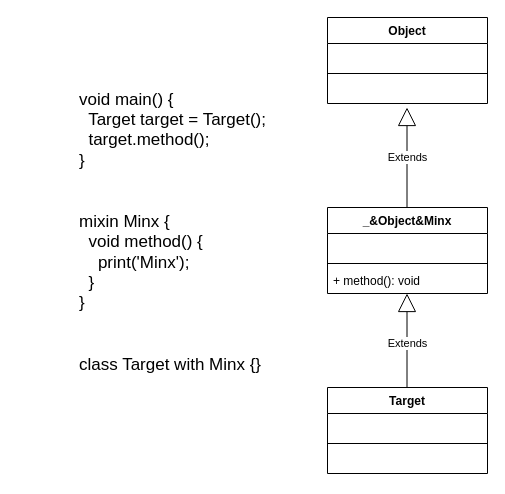
Before: Mix.drawio in ShzMinato/Flutter, a draw.io diagram. Source tidied: cells renumbered, new cells numbered last; positions are measured from the earlier drawing's top-left corner, leaving out a move shared by most shapes. Both pictures are drawn from the tidied source at 100%, with x=0, y=0 at pixel (77, 17).
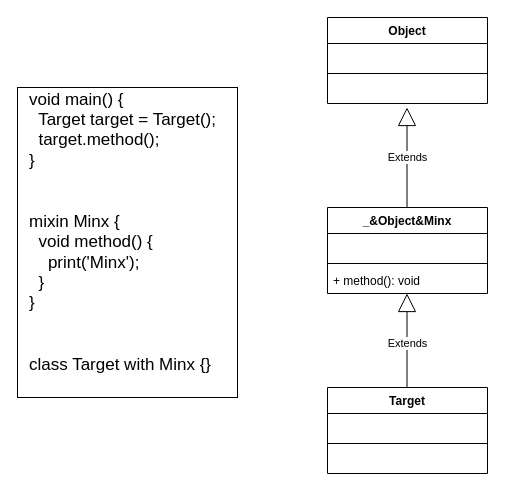
The same diagram, later.

The edit, as a diff of the source:
```diff
@@
 <mxGraphModel>
   <root>
     <mxCell id="0" />
     <mxCell id="1" parent="0" />
     <mxCell id="2" value="Extends" style="endArrow=block;endSize=16;endFill=0;html=1;" parent="1" edge="1">
       <mxGeometry relative="1" as="geometry">
         <mxPoint x="329.5" y="376" as="sourcePoint" />
         <mxPoint x="329.5" y="276" as="targetPoint" />
       </mxGeometry>
     </mxCell>
     <mxCell id="3" value="_&amp;Object&amp;Minx" style="swimlane;fontStyle=1;align=center;verticalAlign=top;horizontal=1;startSize=26;" parent="1" vertex="1">
       <mxGeometry x="250" y="190" width="160" height="86" as="geometry" />
     </mxCell>
     <mxCell id="4" value="    " style="text;strokeColor=none;fillColor=none;align=left;verticalAlign=top;spacingLeft=4;spacingRight=4;overflow=hidden;" parent="3" vertex="1">
       <mxGeometry y="26" width="160" height="26" as="geometry" />
     </mxCell>
     <mxCell id="5" style="line;strokeWidth=1;fillColor=none;align=left;verticalAlign=middle;spacingTop=-1;spacingLeft=3;spacingRight=3;labelPosition=right;" parent="3" vertex="1">
       <mxGeometry y="52" width="160" height="8" as="geometry" />
     </mxCell>
     <mxCell id="6" value="+ method(): void" style="text;strokeColor=none;fillColor=none;align=left;verticalAlign=top;spacingLeft=4;spacingRight=4;overflow=hidden;" parent="3" vertex="1">
       <mxGeometry y="60" width="160" height="26" as="geometry" />
     </mxCell>
     <mxCell id="7" value="Target" style="swimlane;fontStyle=1;align=center;verticalAlign=top;horizontal=1;startSize=26;" parent="1" vertex="1">
       <mxGeometry x="250" y="370" width="160" height="86" as="geometry" />
     </mxCell>
     <mxCell id="8" value="    " style="text;strokeColor=none;fillColor=none;align=left;verticalAlign=top;spacingLeft=4;spacingRight=4;overflow=hidden;" parent="7" vertex="1">
       <mxGeometry y="26" width="160" height="26" as="geometry" />
     </mxCell>
     <mxCell id="9" style="line;strokeWidth=1;fillColor=none;align=left;verticalAlign=middle;spacingTop=-1;spacingLeft=3;spacingRight=3;labelPosition=right;" parent="7" vertex="1">
       <mxGeometry y="52" width="160" height="8" as="geometry" />
     </mxCell>
     <mxCell id="10" value=" " style="text;strokeColor=none;fillColor=none;align=left;verticalAlign=top;spacingLeft=4;spacingRight=4;overflow=hidden;" parent="7" vertex="1">
       <mxGeometry y="60" width="160" height="26" as="geometry" />
     </mxCell>
     <mxCell id="11" value="Object" style="swimlane;fontStyle=1;align=center;verticalAlign=top;horizontal=1;startSize=26;" parent="1" vertex="1">
       <mxGeometry x="250" width="160" height="86" as="geometry" />
     </mxCell>
     <mxCell id="12" value=" " style="text;strokeColor=none;fillColor=none;align=left;verticalAlign=top;spacingLeft=4;spacingRight=4;overflow=hidden;" parent="11" vertex="1">
       <mxGeometry y="26" width="160" height="26" as="geometry" />
     </mxCell>
     <mxCell id="13" style="line;strokeWidth=1;fillColor=none;align=left;verticalAlign=middle;spacingTop=-1;spacingLeft=3;spacingRight=3;labelPosition=right;" parent="11" vertex="1">
       <mxGeometry y="52" width="160" height="8" as="geometry" />
     </mxCell>
     <mxCell id="14" value=" " style="text;strokeColor=none;fillColor=none;align=left;verticalAlign=top;spacingLeft=4;spacingRight=4;overflow=hidden;" parent="11" vertex="1">
       <mxGeometry y="60" width="160" height="26" as="geometry" />
     </mxCell>
     <mxCell id="15" value="Extends" style="endArrow=block;endSize=16;endFill=0;html=1;" parent="1" edge="1">
       <mxGeometry relative="1" as="geometry">
         <mxPoint x="329.5" y="190" as="sourcePoint" />
         <mxPoint x="329.5" y="90" as="targetPoint" />
       </mxGeometry>
     </mxCell>
-    <mxCell id="16" value="&lt;div style=&quot;font-size: 17px;&quot;&gt;void main() {&lt;/div&gt;&lt;div style=&quot;font-size: 17px;&quot;&gt;&amp;nbsp; Target target = Target();&lt;/div&gt;&lt;div style=&quot;font-size: 17px;&quot;&gt;&amp;nbsp; target.method();&lt;/div&gt;&lt;div style=&quot;font-size: 17px;&quot;&gt;}&lt;/div&gt;&lt;div style=&quot;font-size: 17px;&quot;&gt;&lt;br style=&quot;font-size: 17px;&quot;&gt;&lt;/div&gt;&lt;div style=&quot;font-size: 17px;&quot;&gt;&lt;br style=&quot;font-size: 17px;&quot;&gt;&lt;/div&gt;&lt;div style=&quot;font-size: 17px;&quot;&gt;mixin Minx {&lt;/div&gt;&lt;div style=&quot;font-size: 17px;&quot;&gt;&amp;nbsp; void method() {&lt;/div&gt;&lt;div style=&quot;font-size: 17px;&quot;&gt;&amp;nbsp; &amp;nbsp; print('Minx');&lt;/div&gt;&lt;div style=&quot;font-size: 17px;&quot;&gt;&amp;nbsp; }&lt;/div&gt;&lt;div style=&quot;font-size: 17px;&quot;&gt;}&lt;/div&gt;&lt;div style=&quot;font-size: 17px;&quot;&gt;&lt;br style=&quot;font-size: 17px;&quot;&gt;&lt;/div&gt;&lt;div style=&quot;font-size: 17px;&quot;&gt;&lt;br style=&quot;font-size: 17px;&quot;&gt;&lt;/div&gt;&lt;div style=&quot;font-size: 17px;&quot;&gt;class Target with Minx {}&lt;/div&gt;&lt;div style=&quot;font-size: 17px;&quot;&gt;&lt;br style=&quot;font-size: 17px;&quot;&gt;&lt;/div&gt;" style="text;html=1;align=left;verticalAlign=middle;fontSize=17;" parent="1" vertex="1">
-      <mxGeometry y="70" width="200" height="310" as="geometry" />
+    <mxCell id="16" value="&lt;div style=&quot;font-size: 17px;&quot;&gt;void main() {&lt;/div&gt;&lt;div style=&quot;font-size: 17px;&quot;&gt;&amp;nbsp; Target target = Target();&lt;/div&gt;&lt;div style=&quot;font-size: 17px;&quot;&gt;&amp;nbsp; target.method();&lt;/div&gt;&lt;div style=&quot;font-size: 17px;&quot;&gt;}&lt;/div&gt;&lt;div style=&quot;font-size: 17px;&quot;&gt;&lt;br style=&quot;font-size: 17px;&quot;&gt;&lt;/div&gt;&lt;div style=&quot;font-size: 17px;&quot;&gt;&lt;br style=&quot;font-size: 17px;&quot;&gt;&lt;/div&gt;&lt;div style=&quot;font-size: 17px;&quot;&gt;mixin Minx {&lt;/div&gt;&lt;div style=&quot;font-size: 17px;&quot;&gt;&amp;nbsp; void method() {&lt;/div&gt;&lt;div style=&quot;font-size: 17px;&quot;&gt;&amp;nbsp; &amp;nbsp; print('Minx');&lt;/div&gt;&lt;div style=&quot;font-size: 17px;&quot;&gt;&amp;nbsp; }&lt;/div&gt;&lt;div style=&quot;font-size: 17px;&quot;&gt;}&lt;/div&gt;&lt;div style=&quot;font-size: 17px;&quot;&gt;&lt;br style=&quot;font-size: 17px;&quot;&gt;&lt;/div&gt;&lt;div style=&quot;font-size: 17px;&quot;&gt;&lt;br style=&quot;font-size: 17px;&quot;&gt;&lt;/div&gt;&lt;div style=&quot;font-size: 17px;&quot;&gt;class Target with Minx {}&lt;/div&gt;&lt;div style=&quot;font-size: 17px;&quot;&gt;&lt;br style=&quot;font-size: 17px;&quot;&gt;&lt;/div&gt;" style="text;html=1;align=left;verticalAlign=middle;fontSize=17;dashed=1;" parent="1" vertex="1">
+      <mxGeometry x="-50" y="70" width="200" height="310" as="geometry" />
     </mxCell>
+    <mxCell id="17" style="rounded=0;whiteSpace=wrap;html=1;fontSize=17;align=left;fillColor=none;strokeWidth=1;" parent="1" vertex="1">
+      <mxGeometry x="-60" y="70" width="220" height="310" as="geometry" />
+    </mxCell>
   </root>
 </mxGraphModel>
```
